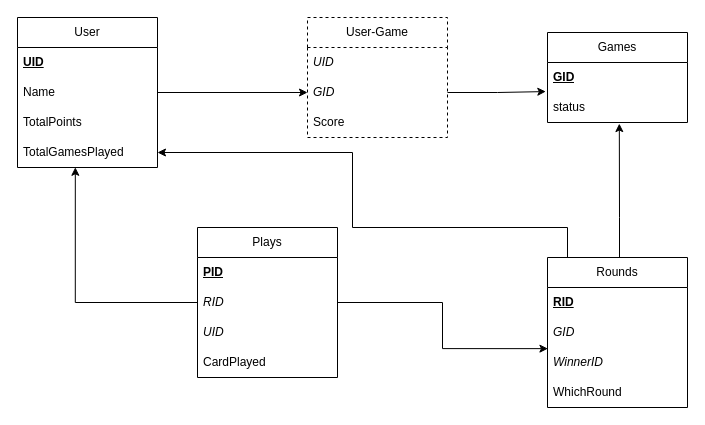
Earlier version of the draw.io diagram doc/ERM_v1.drawio (SIR-M3IN/JassSpiel). Source tidied: cells renumbered, new cells numbered last; positions are measured from the earlier drawing's top-left corner, leaving out a move shared by most shapes. Both pictures are drawn from the tidied source at 100%, with x=0, y=0 at pixel (17, 17).
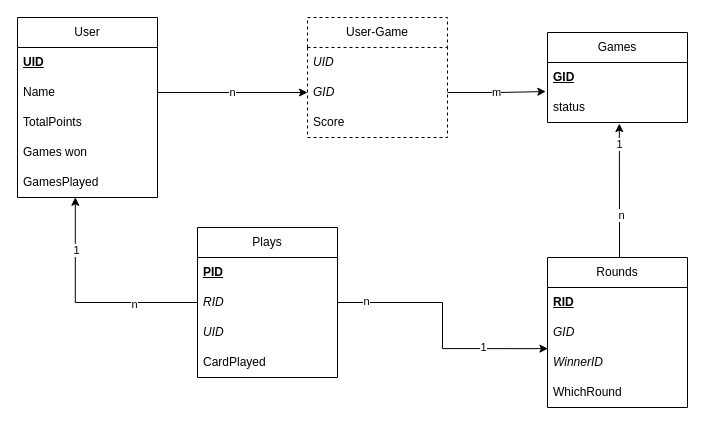
Above is the later version.

Commit message (it also covers changes not shown here):
updated erm +Klassendiagramm

The change refers to these unchanged cells:
```xml
<mxCell id="4" value="Name" style="text;strokeColor=none;fillColor=none;align=left;verticalAlign=middle;spacingLeft=4;spacingRight=4;overflow=hidden;points=[[0,0.5],[1,0.5]];portConstraint=eastwest;whiteSpace=wrap;html=1;" parent="2" vertex="1">
  <mxGeometry y="60" width="140" height="30" as="geometry" />
</mxCell>
<mxCell id="9" value="status" style="text;strokeColor=none;fillColor=none;align=left;verticalAlign=middle;spacingLeft=4;spacingRight=4;overflow=hidden;points=[[0,0.5],[1,0.5]];portConstraint=eastwest;whiteSpace=wrap;html=1;" parent="7" vertex="1">
  <mxGeometry y="60" width="140" height="30" as="geometry" />
</mxCell>
<mxCell id="12" value="&lt;i&gt;GID&lt;/i&gt;" style="text;strokeColor=none;fillColor=none;align=left;verticalAlign=middle;spacingLeft=4;spacingRight=4;overflow=hidden;points=[[0,0.5],[1,0.5]];portConstraint=eastwest;whiteSpace=wrap;html=1;" parent="10" vertex="1">
  <mxGeometry y="60" width="140" height="30" as="geometry" />
</mxCell>
<mxCell id="26" style="edgeStyle=orthogonalEdgeStyle;rounded=0;jettySize=auto;html=1;entryX=0.513;entryY=1.036;entryDx=0;entryDy=0;entryPerimeter=0;" parent="1" edge="1" source="14" target="9">
  <mxGeometry relative="1" as="geometry">
    <Array as="points">
      <mxPoint x="602" y="200" />
      <mxPoint x="602" y="200" />
    </Array>
  </mxGeometry>
</mxCell>
<mxCell id="27" style="edgeStyle=orthogonalEdgeStyle;rounded=0;jettySize=auto;html=1;entryX=0.003;entryY=1.038;entryDx=0;entryDy=0;entryPerimeter=0;" parent="1" edge="1" source="21" target="16">
  <mxGeometry relative="1" as="geometry" />
</mxCell>
<mxCell id="28" style="edgeStyle=orthogonalEdgeStyle;rounded=0;jettySize=auto;html=1;entryX=0.413;entryY=0.993;entryDx=0;entryDy=0;entryPerimeter=0;exitX=0;exitY=0.5;exitDx=0;exitDy=0;" parent="1" edge="1" source="21" target="6">
  <mxGeometry relative="1" as="geometry" />
</mxCell>
```

Diff of the diagram source:
```diff
@@
     <mxCell id="2" value="User" style="swimlane;fontStyle=0;horizontal=1;startSize=30;whiteSpace=wrap;html=1;" parent="1" vertex="1">
-      <mxGeometry width="140" height="150" as="geometry" />
+      <mxGeometry width="140" height="180" as="geometry" />
     </mxCell>
@@
+    <mxCell id="30" value="Games won" style="text;strokeColor=none;fillColor=none;align=left;verticalAlign=middle;spacingLeft=4;spacingRight=4;overflow=hidden;whiteSpace=wrap;html=1;" parent="2" vertex="1">
+      <mxGeometry y="120" width="140" height="30" as="geometry" />
+    </mxCell>
-    <mxCell id="6" value="TotalGamesPlayed" style="text;strokeColor=none;fillColor=none;align=left;verticalAlign=middle;spacingLeft=4;spacingRight=4;overflow=hidden;points=[[0,0.5],[1,0.5]];portConstraint=eastwest;whiteSpace=wrap;html=1;" parent="2" vertex="1">
-      <mxGeometry y="120" width="140" height="30" as="geometry" />
+    <mxCell id="6" value="GamesPlayed" style="text;strokeColor=none;fillColor=none;align=left;verticalAlign=middle;spacingLeft=4;spacingRight=4;overflow=hidden;points=[[0,0.5],[1,0.5]];portConstraint=eastwest;whiteSpace=wrap;html=1;" parent="2" vertex="1">
+      <mxGeometry y="150" width="140" height="30" as="geometry" />
     </mxCell>
@@
-    <mxCell id="24" style="edgeStyle=orthogonalEdgeStyle;rounded=0;jettySize=auto;html=1;entryX=0;entryY=0.5;entryDx=0;entryDy=0;" parent="1" edge="1" source="4" target="12">
+    <mxCell id="24" value="n" style="edgeStyle=orthogonalEdgeStyle;rounded=0;jettySize=auto;html=1;entryX=0;entryY=0.5;entryDx=0;entryDy=0;" parent="1" edge="1" source="4" target="12">
       <mxGeometry relative="1" as="geometry" />
     </mxCell>
-    <mxCell id="25" style="edgeStyle=orthogonalEdgeStyle;rounded=0;jettySize=auto;html=1;entryX=-0.012;entryY=-0.031;entryDx=0;entryDy=0;entryPerimeter=0;" parent="1" edge="1" source="12" target="9">
+    <mxCell id="25" value="m" style="edgeStyle=orthogonalEdgeStyle;rounded=0;jettySize=auto;html=1;entryX=-0.012;entryY=-0.031;entryDx=0;entryDy=0;entryPerimeter=0;" parent="1" edge="1" source="12" target="9">
       <mxGeometry relative="1" as="geometry">
         <Array as="points">
           <mxPoint x="480" y="75" />
           <mxPoint x="480" y="74" />
         </Array>
       </mxGeometry>
     </mxCell>
@@
+    <mxCell id="31" value="n" style="edgeLabel;html=1;align=center;verticalAlign=middle;" parent="26" vertex="1">
+      <mxGeometry x="-0.37" y="-2" relative="1" as="geometry" />
+    </mxCell>
+    <mxCell id="32" value="1" style="edgeLabel;html=1;align=center;verticalAlign=middle;" parent="26" vertex="1">
+      <mxGeometry x="0.7" relative="1" as="geometry" />
+    </mxCell>
@@
+    <mxCell id="33" value="1" style="edgeLabel;html=1;align=center;verticalAlign=middle;" parent="27" vertex="1">
+      <mxGeometry x="0.5" y="2" relative="1" as="geometry" />
+    </mxCell>
+    <mxCell id="34" value="n" style="edgeLabel;html=1;align=center;verticalAlign=middle;" parent="27" vertex="1">
+      <mxGeometry x="-0.78" y="2" relative="1" as="geometry" />
+    </mxCell>
@@
-    <mxCell id="29" style="edgeStyle=orthogonalEdgeStyle;rounded=0;jettySize=auto;html=1;" parent="1" edge="1" target="6">
-      <mxGeometry relative="1" as="geometry">
-        <mxPoint x="600" y="240" as="sourcePoint" />
-        <Array as="points">
-          <mxPoint x="550" y="240" />
-          <mxPoint x="550" y="210" />
-          <mxPoint x="335" y="210" />
-          <mxPoint x="335" y="135" />
-        </Array>
-      </mxGeometry>
-    </mxCell>
+    <mxCell id="35" value="n" style="edgeLabel;html=1;align=center;verticalAlign=middle;" parent="28" vertex="1">
+      <mxGeometry x="-0.44" y="1" relative="1" as="geometry" />
+    </mxCell>
+    <mxCell id="36" value="1" style="edgeLabel;html=1;align=center;verticalAlign=middle;" parent="28" vertex="1">
+      <mxGeometry x="0.54" y="-1" relative="1" as="geometry" />
+    </mxCell>
```
